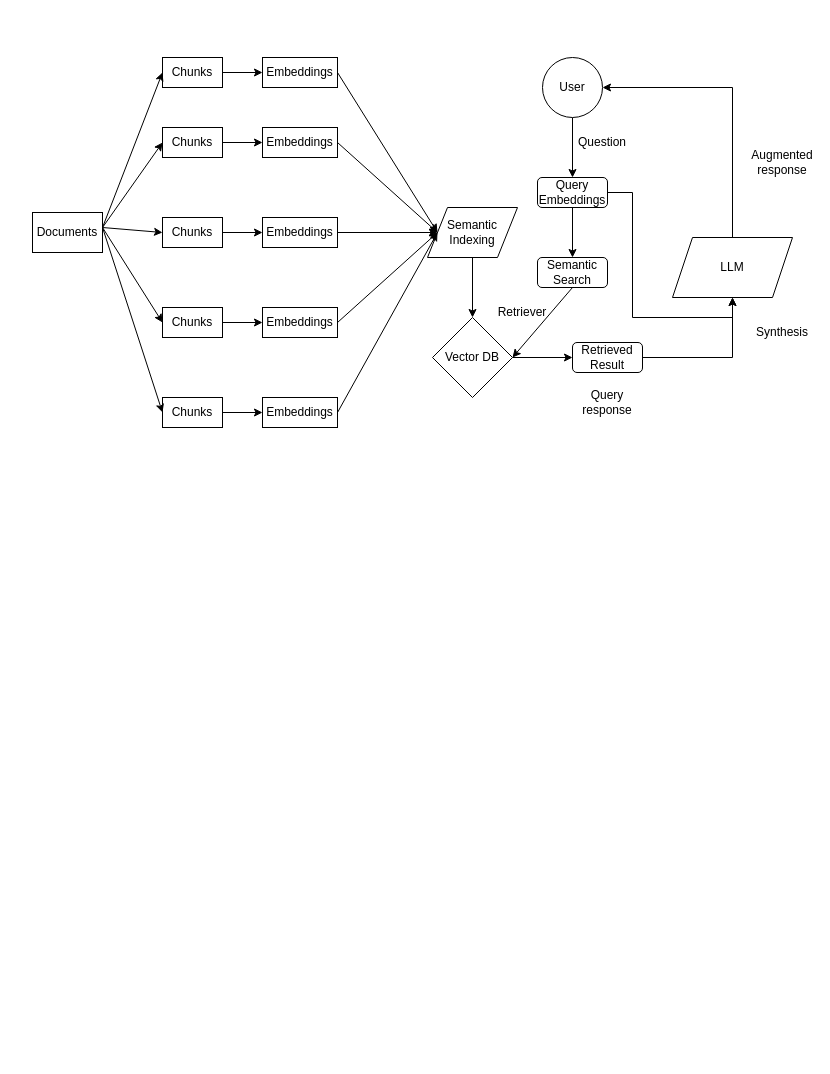
This is flow diagram/Untitled Diagram.drawio from saisubhasish/imdb_rag, a draw.io file, before an edit. Source tidied: cells renumbered, new cells numbered last; positions are measured from the earlier drawing's top-left corner, leaving out a move shared by most shapes. Both pictures are drawn from the tidied source at 100%, with x=0, y=0 at pixel (32, 57).
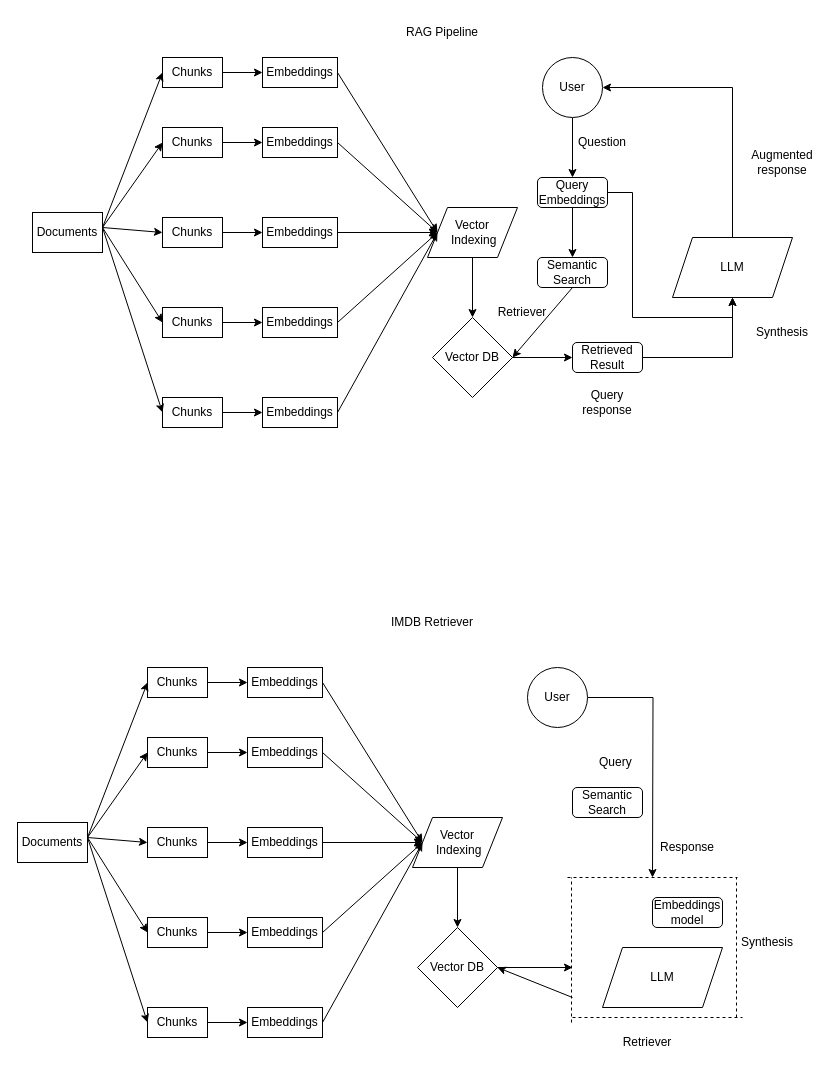
The same diagram, later.

Commit message (it also covers changes not shown here):
Updated library versions

Diff of the diagram source:
```diff
@@
-    <mxCell id="29" value="Semantic Indexing" style="shape=parallelogram;perimeter=parallelogramPerimeter;whiteSpace=wrap;html=1;fixedSize=1;" parent="1" vertex="1">
+    <mxCell id="29" value="Vector&lt;div&gt;&amp;nbsp;Indexing&lt;/div&gt;" style="shape=parallelogram;perimeter=parallelogramPerimeter;whiteSpace=wrap;html=1;fixedSize=1;" parent="1" vertex="1">
       <mxGeometry x="395" y="150" width="90" height="50" as="geometry" />
     </mxCell>
@@
+    <mxCell id="48" value="Documents" style="rounded=0;whiteSpace=wrap;html=1;" parent="1" vertex="1">
+      <mxGeometry x="-15" y="765" width="70" height="40" as="geometry" />
+    </mxCell>
+    <mxCell id="49" style="edgeStyle=orthogonalEdgeStyle;rounded=0;jettySize=auto;html=1;exitX=1;exitY=0.5;exitDx=0;exitDy=0;" parent="1" edge="1" source="50" target="51">
+      <mxGeometry relative="1" as="geometry" />
+    </mxCell>
+    <mxCell id="50" value="Chunks" style="rounded=0;whiteSpace=wrap;html=1;" parent="1" vertex="1">
+      <mxGeometry x="115" y="610" width="60" height="30" as="geometry" />
+    </mxCell>
+    <mxCell id="51" value="Embeddings" style="rounded=0;whiteSpace=wrap;html=1;" parent="1" vertex="1">
+      <mxGeometry x="215" y="610" width="75" height="30" as="geometry" />
+    </mxCell>
+    <mxCell id="52" style="edgeStyle=orthogonalEdgeStyle;rounded=0;jettySize=auto;html=1;" parent="1" edge="1" source="53">
+      <mxGeometry relative="1" as="geometry">
+        <mxPoint x="620" y="820" as="targetPoint" />
+      </mxGeometry>
+    </mxCell>
+    <mxCell id="53" value="User" style="ellipse;whiteSpace=wrap;html=1;" parent="1" vertex="1">
+      <mxGeometry x="495" y="610" width="60" height="60" as="geometry" />
+    </mxCell>
+    <mxCell id="54" style="edgeStyle=orthogonalEdgeStyle;rounded=0;jettySize=auto;html=1;" parent="1" edge="1" source="55">
+      <mxGeometry relative="1" as="geometry">
+        <mxPoint x="540" y="910" as="targetPoint" />
+      </mxGeometry>
+    </mxCell>
+    <mxCell id="55" value="Vector DB" style="rhombus;whiteSpace=wrap;html=1;" parent="1" vertex="1">
+      <mxGeometry x="385" y="870" width="80" height="80" as="geometry" />
+    </mxCell>
+    <mxCell id="56" value="LLM" style="shape=parallelogram;perimeter=parallelogramPerimeter;whiteSpace=wrap;html=1;fixedSize=1;" parent="1" vertex="1">
+      <mxGeometry x="570" y="890" width="120" height="60" as="geometry" />
+    </mxCell>
+    <mxCell id="57" value="Retriever" style="text;html=1;align=center;verticalAlign=middle;whiteSpace=wrap;rounded=0;" parent="1" vertex="1">
+      <mxGeometry x="585" y="970" width="60" height="30" as="geometry" />
+    </mxCell>
+    <mxCell id="58" value="Response" style="text;html=1;align=center;verticalAlign=middle;whiteSpace=wrap;rounded=0;" parent="1" vertex="1">
+      <mxGeometry x="625" y="775" width="60" height="30" as="geometry" />
+    </mxCell>
+    <mxCell id="59" value="Synthesis" style="text;html=1;align=center;verticalAlign=middle;whiteSpace=wrap;rounded=0;" parent="1" vertex="1">
+      <mxGeometry x="705" y="870" width="60" height="30" as="geometry" />
+    </mxCell>
+    <mxCell id="60" style="edgeStyle=orthogonalEdgeStyle;rounded=0;jettySize=auto;html=1;" parent="1" edge="1" source="61" target="68">
+      <mxGeometry relative="1" as="geometry" />
+    </mxCell>
+    <mxCell id="61" value="Chunks" style="rounded=0;whiteSpace=wrap;html=1;" parent="1" vertex="1">
+      <mxGeometry x="115" y="950" width="60" height="30" as="geometry" />
+    </mxCell>
+    <mxCell id="62" style="edgeStyle=orthogonalEdgeStyle;rounded=0;jettySize=auto;html=1;" parent="1" edge="1" source="63" target="69">
+      <mxGeometry relative="1" as="geometry" />
+    </mxCell>
+    <mxCell id="63" value="Chunks" style="rounded=0;whiteSpace=wrap;html=1;" parent="1" vertex="1">
+      <mxGeometry x="115" y="860" width="60" height="30" as="geometry" />
+    </mxCell>
+    <mxCell id="64" style="edgeStyle=orthogonalEdgeStyle;rounded=0;jettySize=auto;html=1;" parent="1" edge="1" source="65" target="70">
+      <mxGeometry relative="1" as="geometry" />
+    </mxCell>
+    <mxCell id="65" value="Chunks" style="rounded=0;whiteSpace=wrap;html=1;" parent="1" vertex="1">
+      <mxGeometry x="115" y="770" width="60" height="30" as="geometry" />
+    </mxCell>
+    <mxCell id="66" style="edgeStyle=orthogonalEdgeStyle;rounded=0;jettySize=auto;html=1;" parent="1" edge="1" source="67" target="71">
+      <mxGeometry relative="1" as="geometry" />
+    </mxCell>
+    <mxCell id="67" value="Chunks" style="rounded=0;whiteSpace=wrap;html=1;" parent="1" vertex="1">
+      <mxGeometry x="115" y="680" width="60" height="30" as="geometry" />
+    </mxCell>
+    <mxCell id="68" value="Embeddings" style="rounded=0;whiteSpace=wrap;html=1;" parent="1" vertex="1">
+      <mxGeometry x="215" y="950" width="75" height="30" as="geometry" />
+    </mxCell>
+    <mxCell id="69" value="Embeddings" style="rounded=0;whiteSpace=wrap;html=1;" parent="1" vertex="1">
+      <mxGeometry x="215" y="860" width="75" height="30" as="geometry" />
+    </mxCell>
+    <mxCell id="70" value="Embeddings" style="rounded=0;whiteSpace=wrap;html=1;" parent="1" vertex="1">
+      <mxGeometry x="215" y="770" width="75" height="30" as="geometry" />
+    </mxCell>
+    <mxCell id="71" value="Embeddings" style="rounded=0;whiteSpace=wrap;html=1;" parent="1" vertex="1">
+      <mxGeometry x="215" y="680" width="75" height="30" as="geometry" />
+    </mxCell>
+    <mxCell id="72" style="edgeStyle=orthogonalEdgeStyle;rounded=0;jettySize=auto;html=1;entryX=0.5;entryY=0;entryDx=0;entryDy=0;" parent="1" edge="1" source="73" target="55">
+      <mxGeometry relative="1" as="geometry" />
+    </mxCell>
+    <mxCell id="73" value="Vector&lt;div&gt;&amp;nbsp;Indexing&lt;/div&gt;" style="shape=parallelogram;perimeter=parallelogramPerimeter;whiteSpace=wrap;html=1;fixedSize=1;" parent="1" vertex="1">
+      <mxGeometry x="380" y="760" width="90" height="50" as="geometry" />
+    </mxCell>
+    <mxCell id="74" style="endArrow=classic;html=1;rounded=0;entryX=0;entryY=0.5;entryDx=0;entryDy=0;" parent="1" edge="1" target="50">
+      <mxGeometry relative="1" as="geometry">
+        <mxPoint x="55" y="780" as="sourcePoint" />
+      </mxGeometry>
+    </mxCell>
+    <mxCell id="75" style="endArrow=classic;html=1;rounded=0;entryX=0;entryY=0.5;entryDx=0;entryDy=0;" parent="1" edge="1" target="67">
+      <mxGeometry relative="1" as="geometry">
+        <mxPoint x="55" y="780" as="sourcePoint" />
+      </mxGeometry>
+    </mxCell>
+    <mxCell id="76" style="endArrow=classic;html=1;rounded=0;entryX=0;entryY=0.5;entryDx=0;entryDy=0;" parent="1" edge="1" target="65">
+      <mxGeometry relative="1" as="geometry">
+        <mxPoint x="55" y="780" as="sourcePoint" />
+      </mxGeometry>
+    </mxCell>
+    <mxCell id="77" style="endArrow=classic;html=1;rounded=0;entryX=0;entryY=0.5;entryDx=0;entryDy=0;" parent="1" edge="1" target="63">
+      <mxGeometry relative="1" as="geometry">
+        <mxPoint x="55" y="780" as="sourcePoint" />
+      </mxGeometry>
+    </mxCell>
+    <mxCell id="78" style="endArrow=classic;html=1;rounded=0;entryX=0;entryY=0.5;entryDx=0;entryDy=0;" parent="1" edge="1" target="61">
+      <mxGeometry relative="1" as="geometry">
+        <mxPoint x="55" y="780" as="sourcePoint" />
+      </mxGeometry>
+    </mxCell>
+    <mxCell id="79" style="endArrow=classic;html=1;rounded=0;entryX=0;entryY=0.5;entryDx=0;entryDy=0;exitX=1;exitY=0.5;exitDx=0;exitDy=0;" parent="1" edge="1" source="51" target="73">
+      <mxGeometry relative="1" as="geometry" />
+    </mxCell>
+    <mxCell id="80" style="endArrow=classic;html=1;rounded=0;entryX=0;entryY=0.5;entryDx=0;entryDy=0;exitX=1;exitY=0.5;exitDx=0;exitDy=0;" parent="1" edge="1" source="68" target="73">
+      <mxGeometry relative="1" as="geometry" />
+    </mxCell>
+    <mxCell id="81" style="endArrow=classic;html=1;rounded=0;entryX=0;entryY=0.5;entryDx=0;entryDy=0;exitX=1;exitY=0.5;exitDx=0;exitDy=0;" parent="1" edge="1" source="71" target="73">
+      <mxGeometry relative="1" as="geometry" />
+    </mxCell>
+    <mxCell id="82" style="endArrow=classic;html=1;rounded=0;entryX=0;entryY=0.5;entryDx=0;entryDy=0;exitX=1;exitY=0.5;exitDx=0;exitDy=0;" parent="1" edge="1" source="69" target="73">
+      <mxGeometry relative="1" as="geometry" />
+    </mxCell>
+    <mxCell id="83" style="endArrow=classic;html=1;rounded=0;entryX=0;entryY=0.5;entryDx=0;entryDy=0;exitX=1;exitY=0.5;exitDx=0;exitDy=0;" parent="1" edge="1" source="70" target="73">
+      <mxGeometry relative="1" as="geometry" />
+    </mxCell>
+    <mxCell id="84" value="Embeddings model" style="rounded=1;whiteSpace=wrap;html=1;" parent="1" vertex="1">
+      <mxGeometry x="620" y="840" width="70" height="30" as="geometry" />
+    </mxCell>
+    <mxCell id="85" value="Semantic Search" style="rounded=1;whiteSpace=wrap;html=1;" parent="1" vertex="1">
+      <mxGeometry x="540" y="730" width="70" height="30" as="geometry" />
+    </mxCell>
+    <mxCell id="86" value="Query&amp;nbsp;" style="text;html=1;align=center;verticalAlign=middle;whiteSpace=wrap;rounded=0;" parent="1" vertex="1">
+      <mxGeometry x="555" y="690" width="60" height="30" as="geometry" />
+    </mxCell>
+    <mxCell id="87" value="RAG Pipeline" style="text;html=1;align=center;verticalAlign=middle;whiteSpace=wrap;rounded=0;" parent="1" vertex="1">
+      <mxGeometry x="350" y="-40" width="120" height="30" as="geometry" />
+    </mxCell>
+    <mxCell id="88" style="endArrow=none;dashed=1;html=1;rounded=0;" parent="1" edge="1">
+      <mxGeometry relative="1" as="geometry">
+        <mxPoint x="539" y="965" as="sourcePoint" />
+        <mxPoint x="539" y="820" as="targetPoint" />
+      </mxGeometry>
+    </mxCell>
+    <mxCell id="89" style="endArrow=none;dashed=1;html=1;rounded=0;" parent="1" edge="1">
+      <mxGeometry relative="1" as="geometry">
+        <mxPoint x="704" y="960" as="sourcePoint" />
+        <mxPoint x="704" y="820" as="targetPoint" />
+      </mxGeometry>
+    </mxCell>
+    <mxCell id="90" style="endArrow=none;dashed=1;html=1;rounded=0;" parent="1" edge="1">
+      <mxGeometry relative="1" as="geometry">
+        <mxPoint x="540" y="960" as="sourcePoint" />
+        <mxPoint x="710" y="960" as="targetPoint" />
+      </mxGeometry>
+    </mxCell>
+    <mxCell id="91" style="endArrow=none;dashed=1;html=1;rounded=0;" parent="1" edge="1">
+      <mxGeometry relative="1" as="geometry">
+        <mxPoint x="535" y="820" as="sourcePoint" />
+        <mxPoint x="705" y="820" as="targetPoint" />
+      </mxGeometry>
+    </mxCell>
+    <mxCell id="92" style="endArrow=classic;html=1;rounded=0;entryX=1;entryY=0.5;entryDx=0;entryDy=0;" parent="1" edge="1" target="55">
+      <mxGeometry relative="1" as="geometry">
+        <mxPoint x="540" y="940" as="sourcePoint" />
+      </mxGeometry>
+    </mxCell>
+    <mxCell id="93" value="IMDB Retriever" style="text;html=1;align=center;verticalAlign=middle;whiteSpace=wrap;rounded=0;" parent="1" vertex="1">
+      <mxGeometry x="320" y="550" width="160" height="30" as="geometry" />
+    </mxCell>
```
